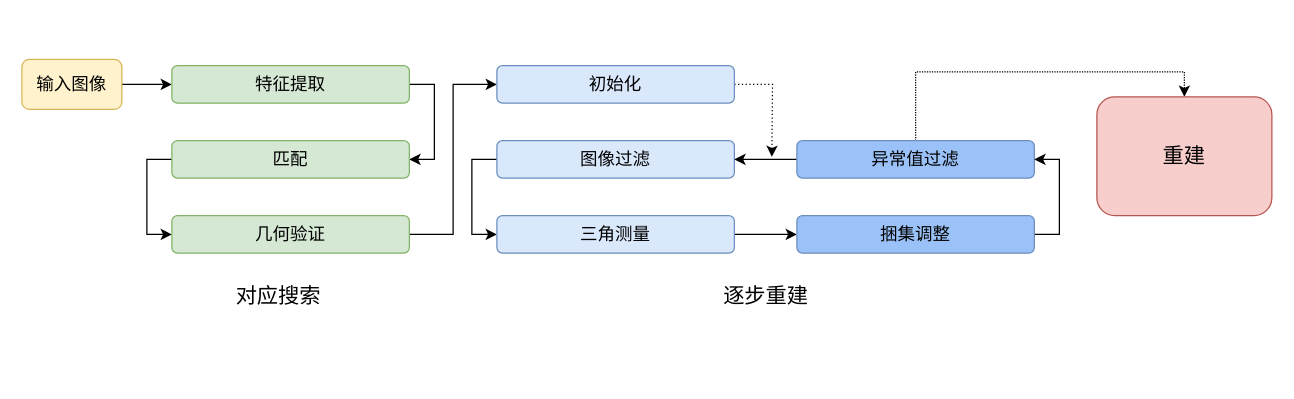
The draw.io diagram colmap.drawio in shixuezhiyi/draw_io, before the edit. Source tidied: cells renumbered, new cells numbered last; positions are measured from the earlier drawing's top-left corner, leaving out a move shared by most shapes. Both pictures are drawn from the tidied source at 125%, with x=0, y=0 at pixel (21, 59).
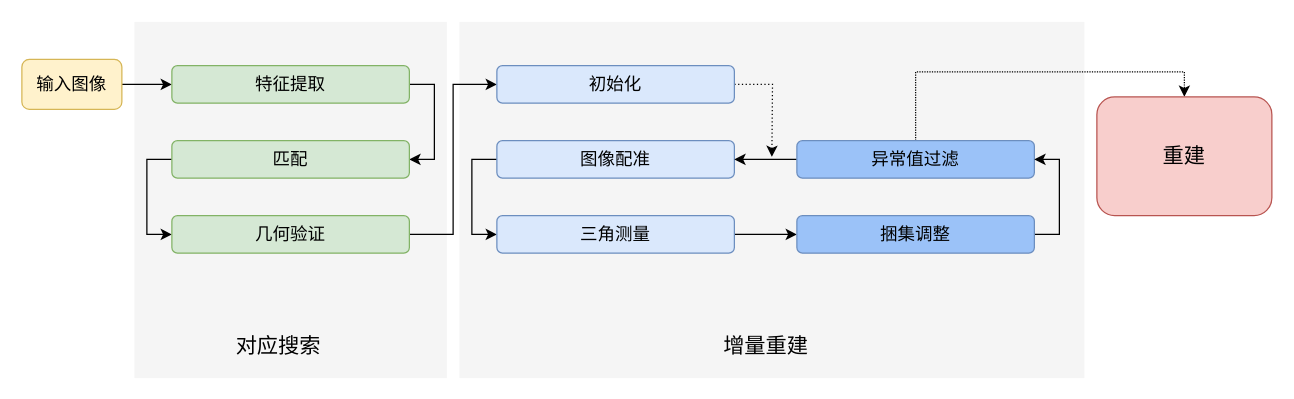
Above is the later version.

Diff of the diagram source:
```diff
@@
+    <mxCell id="24" style="rounded=0;whiteSpace=wrap;html=1;strokeColor=none;fillColor=#f5f5f5;fontColor=#333333;" parent="1" vertex="1">
+      <mxGeometry x="350" y="-30" width="500" height="285" as="geometry" />
+    </mxCell>
+    <mxCell id="25" style="rounded=0;whiteSpace=wrap;html=1;strokeColor=none;fillColor=#f5f5f5;fontColor=#333333;" parent="1" vertex="1">
+      <mxGeometry x="90" y="-30" width="250" height="285" as="geometry" />
+    </mxCell>
@@
-    <mxCell id="13" value="&lt;span style=&quot;font-size: 14px;&quot;&gt;图像过滤&lt;/span&gt;" style="rounded=1;whiteSpace=wrap;html=1;fillColor=#dae8fc;strokeColor=#6c8ebf;" parent="1" vertex="1">
+    <mxCell id="13" value="&lt;span style=&quot;font-size: 14px;&quot;&gt;图像配准&lt;/span&gt;" style="rounded=1;whiteSpace=wrap;html=1;fillColor=#dae8fc;strokeColor=#6c8ebf;" parent="1" vertex="1">
       <mxGeometry x="380" y="65" width="190" height="30" as="geometry" />
     </mxCell>
@@
-    <mxCell id="22" value="&lt;font style=&quot;font-size: 17px;&quot;&gt;逐步重建&lt;/font&gt;" style="text;html=1;align=center;verticalAlign=middle;strokeColor=none;fillColor=none;" parent="1" vertex="1">
-      <mxGeometry x="550" y="175" width="90" height="30" as="geometry" />
+    <mxCell id="22" value="&lt;font style=&quot;font-size: 17px;&quot;&gt;增量重建&lt;/font&gt;" style="text;html=1;align=center;verticalAlign=middle;strokeColor=none;fillColor=none;" parent="1" vertex="1">
+      <mxGeometry x="550" y="215" width="90" height="30" as="geometry" />
     </mxCell>
     <mxCell id="23" value="&lt;font style=&quot;font-size: 17px;&quot;&gt;对应搜索&lt;/font&gt;" style="text;html=1;align=center;verticalAlign=middle;strokeColor=none;fillColor=none;" parent="1" vertex="1">
-      <mxGeometry x="160" y="175" width="90" height="30" as="geometry" />
+      <mxGeometry x="160" y="215" width="90" height="30" as="geometry" />
     </mxCell>
```
